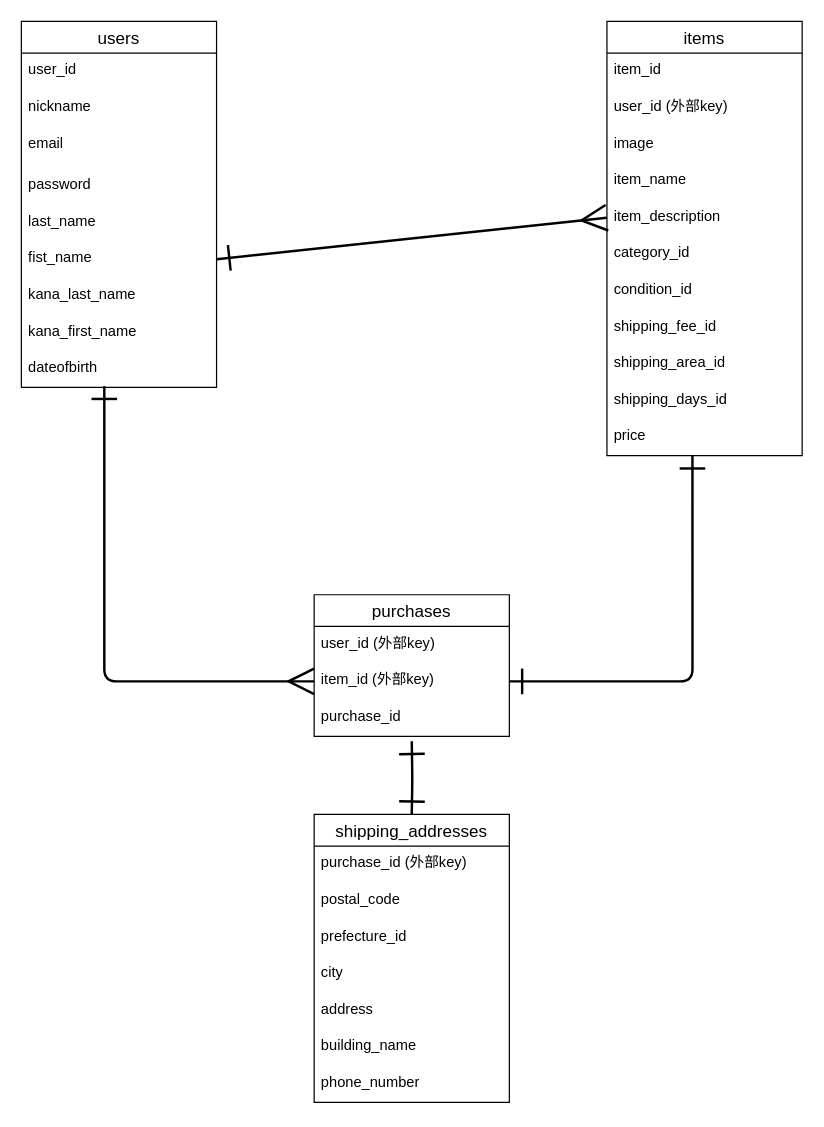
daisuke373-tokyo/furima-46541 keeps this draw.io diagram as ER.dio. Above is the earlier version. Source tidied: cells renumbered, new cells numbered last; positions are measured from the earlier drawing's top-left corner, leaving out a move shared by most shapes. Both pictures are drawn from the tidied source at 122%, with x=0, y=0 at pixel (21, 21).
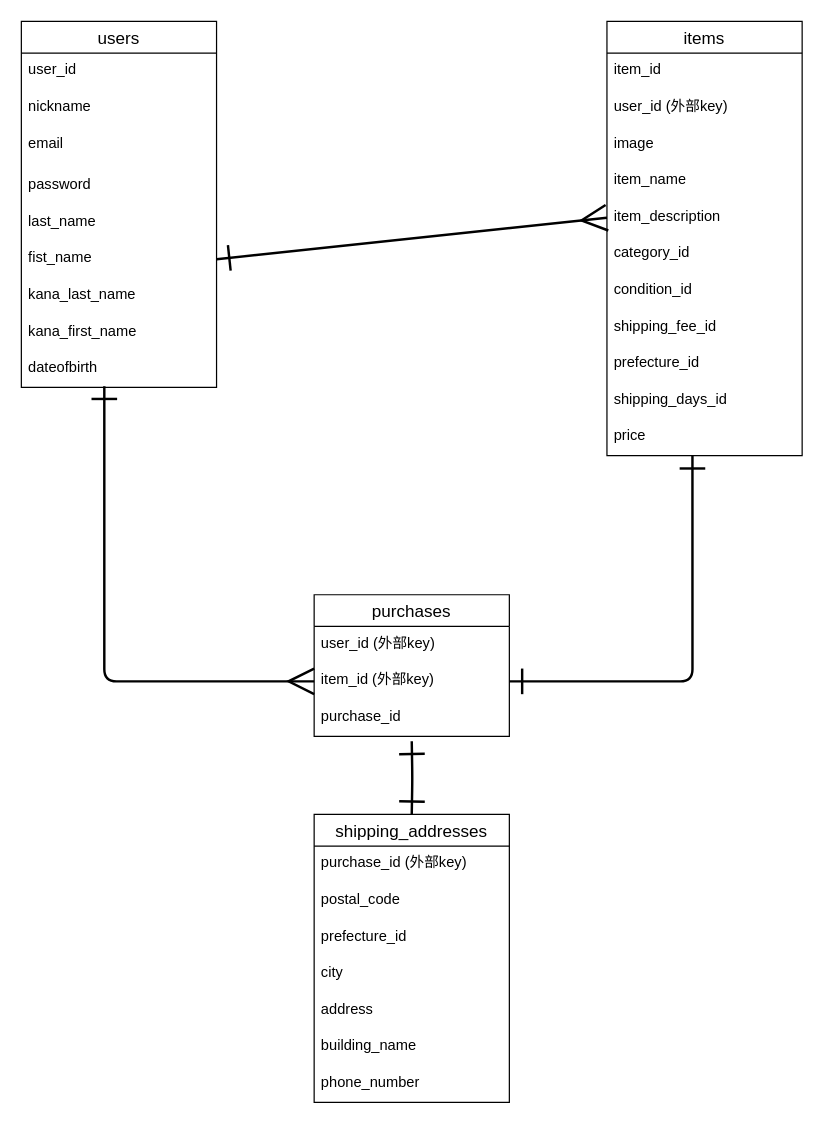
The same diagram, later.

Unchanged cells that the change refers to:
```xml
<mxCell id="12" value="items" style="swimlane;fontStyle=0;horizontal=1;startSize=26;align=center;fontSize=14;" parent="1" vertex="1">
  <mxGeometry x="480" width="160" height="356" as="geometry" />
</mxCell>
```

What changed in the source:
```diff
@@
-    <mxCell id="21" value="shipping_area_id" style="text;strokeColor=none;fillColor=none;spacingLeft=4;spacingRight=4;overflow=hidden;fontSize=12;whiteSpace=wrap;html=1;" parent="12" vertex="1">
+    <mxCell id="21" value="prefecture_id" style="text;strokeColor=none;fillColor=none;spacingLeft=4;spacingRight=4;overflow=hidden;fontSize=12;whiteSpace=wrap;html=1;" parent="12" vertex="1">
       <mxGeometry y="266" width="160" height="30" as="geometry" />
     </mxCell>
```
